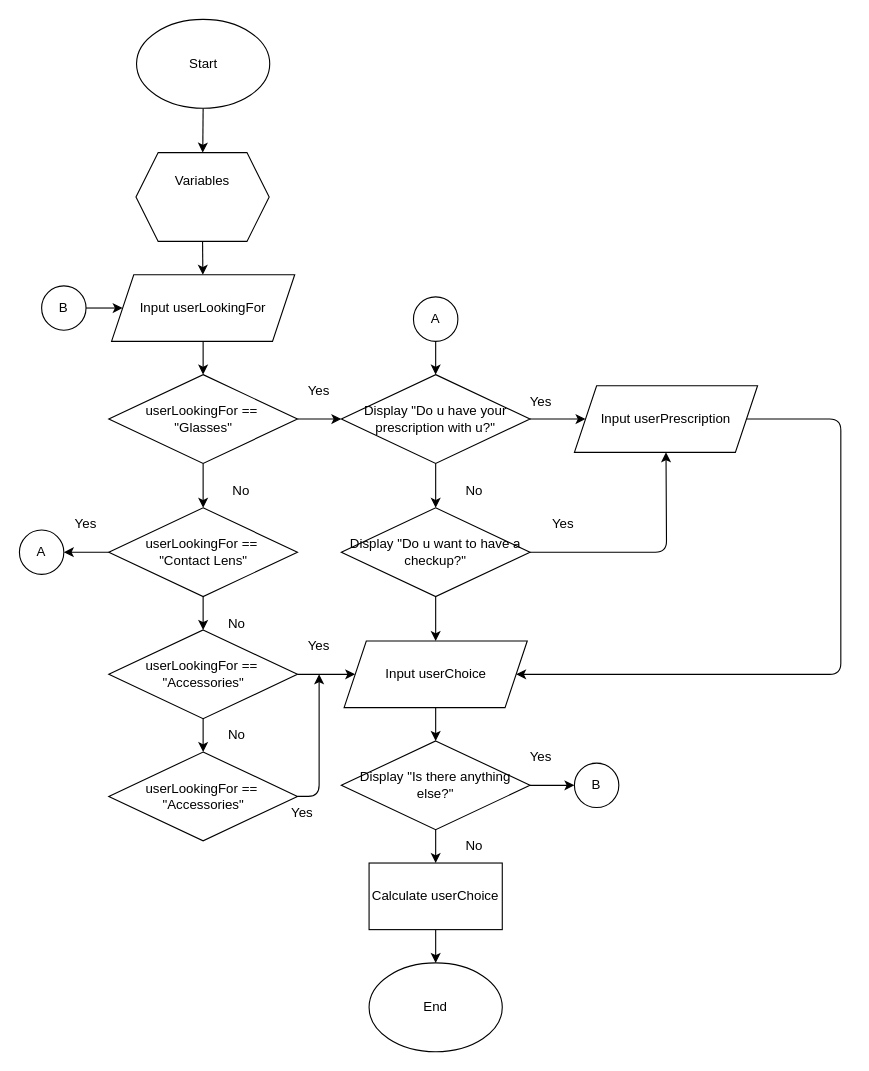
Above: page "System Flowchart" (1 of 2) of OrderingSystem.drawio in FelixCarillo/Ordering-System (draw.io), before the change. Source tidied: cells renumbered, new cells numbered last; positions are measured from the earlier drawing's top-left corner, leaving out a move shared by most shapes. Both pictures are drawn from the tidied source at 111%, with x=0, y=0 at pixel (19, 19).
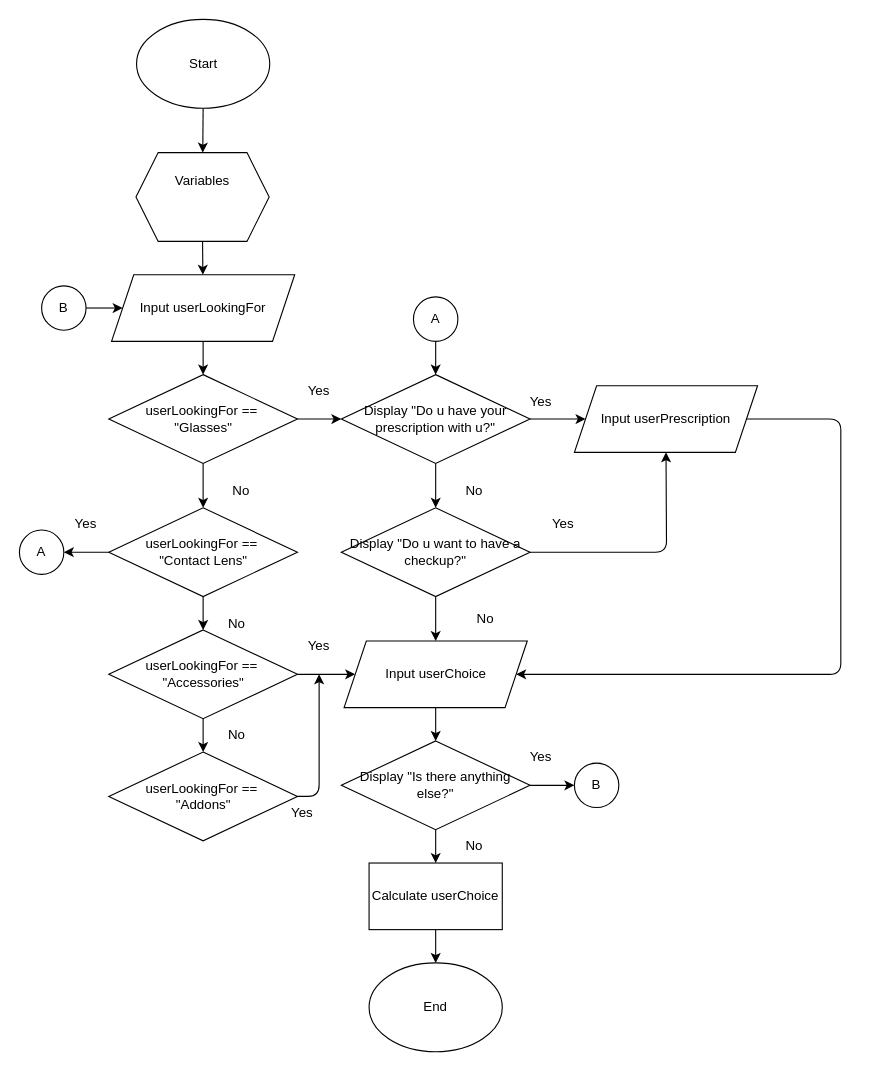
The same page after the edit.

Commit message (it also covers changes not shown here):
UPDATE KO ULE LATER

What changed in the source:
```diff
@@
-    <mxCell id="38" value="userLookingFor ==&amp;nbsp;&lt;div&gt;&quot;Accessories&quot;&lt;/div&gt;" style="rhombus;whiteSpace=wrap;html=1;" parent="1" vertex="1">
+    <mxCell id="38" value="userLookingFor ==&amp;nbsp;&lt;div&gt;&quot;Addons&quot;&lt;/div&gt;" style="rhombus;whiteSpace=wrap;html=1;" parent="1" vertex="1">
       <mxGeometry x="80.5" y="660" width="170" height="80" as="geometry" />
     </mxCell>
@@
+    <mxCell id="53" value="No" style="text;html=1;align=center;verticalAlign=middle;whiteSpace=wrap;rounded=0;" parent="1" vertex="1">
+      <mxGeometry x="390" y="525" width="60" height="30" as="geometry" />
+    </mxCell>
```
